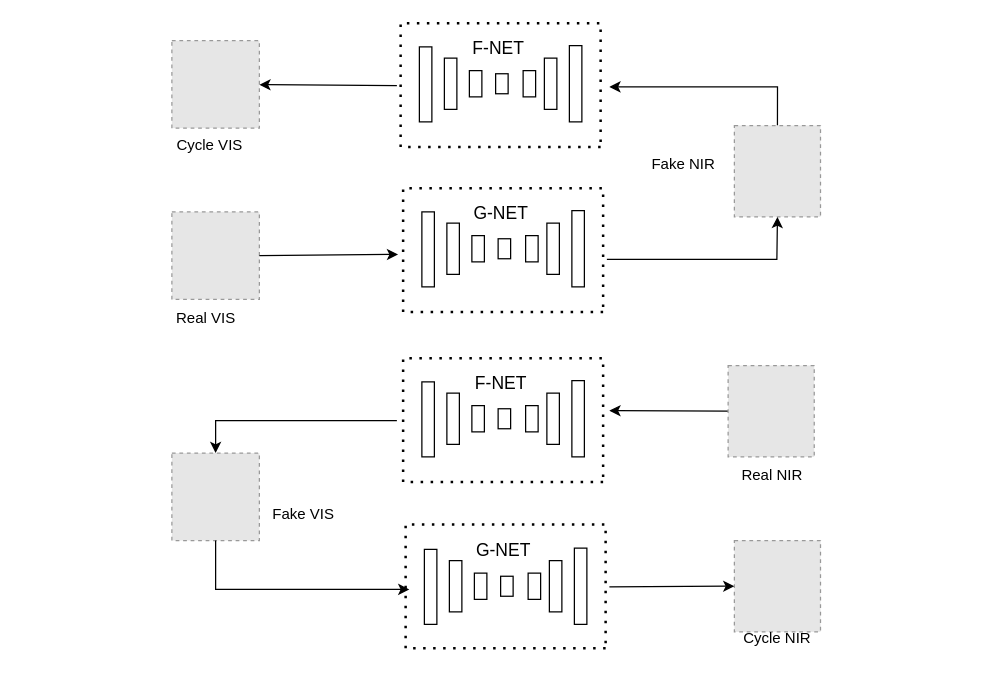
Silvia-man/test- keeps this draw.io diagram as 网络.drawio. Above is the earlier version. Source tidied: cells renumbered, new cells numbered last; positions are measured from the earlier drawing's top-left corner, leaving out a move shared by most shapes. Both pictures are drawn from the tidied source at 125%, with x=0, y=0 at pixel (159, 22). Pictures stored in the file or linked from it are replaced by grey dashed boxes.
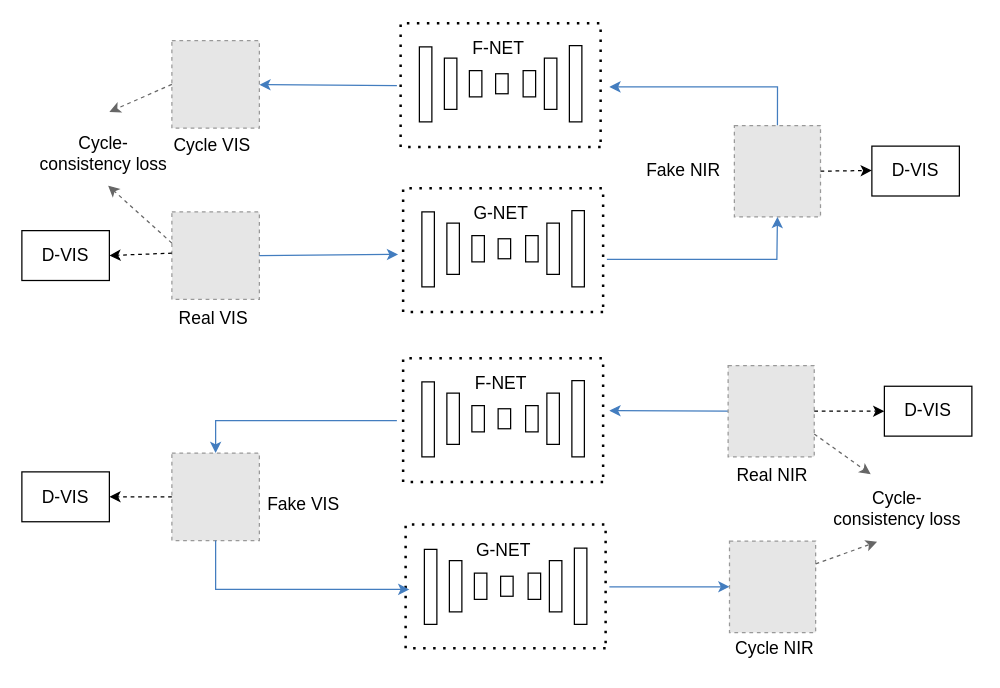
After the change.

Unchanged cells that the change refers to:
```xml
<mxCell id="2" style="fillColor=#E6E6E6;strokeColor=#999999;dashed=1;verticalLabelPosition=bottom;labelBackgroundColor=default;verticalAlign=top;" parent="1" vertex="1">
  <mxGeometry x="10" y="151" width="70" height="70" as="geometry" />
</mxCell>
<mxCell id="4" style="fillColor=#E6E6E6;strokeColor=#999999;dashed=1;verticalLabelPosition=bottom;labelBackgroundColor=default;verticalAlign=top;" parent="1" vertex="1">
  <mxGeometry x="460" y="81.9" width="68.9" height="73.1" as="geometry" />
</mxCell>
<mxCell id="27" style="fillColor=#E6E6E6;strokeColor=#999999;dashed=1;verticalLabelPosition=bottom;labelBackgroundColor=default;verticalAlign=top;" parent="1" vertex="1">
  <mxGeometry x="10" y="14" width="70" height="70" as="geometry" />
</mxCell>
<mxCell id="30" style="fillColor=#E6E6E6;strokeColor=#999999;dashed=1;verticalLabelPosition=bottom;labelBackgroundColor=default;verticalAlign=top;" parent="1" vertex="1">
  <mxGeometry x="10" y="343.9" width="70" height="70" as="geometry" />
</mxCell>
<mxCell id="53" style="fillColor=#E6E6E6;strokeColor=#999999;dashed=1;verticalLabelPosition=bottom;labelBackgroundColor=default;verticalAlign=top;" parent="1" vertex="1">
  <mxGeometry x="455" y="273.9" width="68.9" height="73.1" as="geometry" />
</mxCell>
```

The edit, as a diff of the source:
```diff
@@
-    <mxCell id="3" style="edgeStyle=orthogonalEdgeStyle;rounded=0;jettySize=auto;html=1;exitX=0.5;exitY=0;exitDx=0;exitDy=0;" parent="1" edge="1" source="4">
+    <mxCell id="3" style="edgeStyle=orthogonalEdgeStyle;rounded=0;jettySize=auto;html=1;exitX=0.5;exitY=0;exitDx=0;exitDy=0;strokeColor=#437DBF;" parent="1" edge="1" source="4">
       <mxGeometry relative="1" as="geometry">
         <mxPoint x="360" y="51" as="targetPoint" />
         <Array as="points">
           <mxPoint x="494" y="51" />
           <mxPoint x="370" y="51" />
         </Array>
       </mxGeometry>
     </mxCell>
@@
-    <mxCell id="13" style="endArrow=classic;html=1;rounded=0;exitX=1;exitY=0.5;exitDx=0;exitDy=0;" parent="1" edge="1" source="2">
+    <mxCell id="13" style="endArrow=classic;html=1;rounded=0;exitX=1;exitY=0.5;exitDx=0;exitDy=0;strokeColor=#437DBF;" parent="1" edge="1" source="2">
       <mxGeometry relative="1" as="geometry">
         <mxPoint x="191" y="185" as="targetPoint" />
       </mxGeometry>
     </mxCell>
-    <mxCell id="14" style="endArrow=classic;html=1;rounded=0;entryX=0.5;entryY=1;entryDx=0;entryDy=0;" parent="1" edge="1" target="4">
+    <mxCell id="14" style="endArrow=classic;html=1;rounded=0;entryX=0.5;entryY=1;entryDx=0;entryDy=0;strokeColor=#437DBF;" parent="1" edge="1" target="4">
       <mxGeometry relative="1" as="geometry">
         <mxPoint x="358" y="189" as="sourcePoint" />
         <Array as="points">
           <mxPoint x="494" y="189" />
         </Array>
       </mxGeometry>
     </mxCell>
@@
-    <mxCell id="16" value="Real VIS" style="text;html=1;align=center;verticalAlign=middle;strokeColor=none;fillColor=none;" parent="1" vertex="1">
-      <mxGeometry x="2" y="221" width="70" height="30" as="geometry" />
+    <mxCell id="16" value="&lt;font style=&quot;font-size: 14px;&quot;&gt;Real VIS&lt;/font&gt;" style="text;html=1;align=center;verticalAlign=middle;strokeColor=none;fillColor=none;" parent="1" vertex="1">
+      <mxGeometry x="3" y="221" width="80" height="30" as="geometry" />
     </mxCell>
-    <mxCell id="17" value="Fake NIR" style="text;html=1;align=center;verticalAlign=middle;strokeColor=none;fillColor=none;" parent="1" vertex="1">
-      <mxGeometry x="384" y="98.4" width="70" height="30" as="geometry" />
+    <mxCell id="17" value="&lt;font style=&quot;font-size: 14px;&quot;&gt;Fake NIR&lt;/font&gt;" style="text;html=1;align=center;verticalAlign=middle;strokeColor=none;fillColor=none;" parent="1" vertex="1">
+      <mxGeometry x="379" y="103.4" width="80" height="30" as="geometry" />
     </mxCell>
@@
-    <mxCell id="28" style="endArrow=classic;html=1;rounded=0;" parent="1" edge="1" target="27">
+    <mxCell id="28" style="endArrow=classic;html=1;rounded=0;fillColor=#2E8FFF;strokeColor=#437DBF;" parent="1" edge="1" target="27">
       <mxGeometry relative="1" as="geometry">
         <mxPoint x="190" y="50" as="sourcePoint" />
       </mxGeometry>
     </mxCell>
-    <mxCell id="29" value="Cycle VIS" style="text;html=1;align=center;verticalAlign=middle;strokeColor=none;fillColor=none;" parent="1" vertex="1">
-      <mxGeometry y="83" width="80" height="30" as="geometry" />
+    <mxCell id="29" value="&lt;font style=&quot;font-size: 14px;&quot;&gt;Cycle VIS&lt;/font&gt;" style="text;html=1;align=center;verticalAlign=middle;strokeColor=none;fillColor=none;" parent="1" vertex="1">
+      <mxGeometry x="2" y="83" width="80" height="30" as="geometry" />
     </mxCell>
@@
     <mxCell id="31" style="fillColor=#E6E6E6;strokeColor=#999999;dashed=1;verticalLabelPosition=bottom;labelBackgroundColor=default;verticalAlign=top;" parent="1" vertex="1">
-      <mxGeometry x="460" y="413.9" width="68.9" height="73.1" as="geometry" />
+      <mxGeometry x="456.1" y="414.4" width="68.9" height="73.1" as="geometry" />
     </mxCell>
@@
-    <mxCell id="41" value="Fake VIS" style="text;html=1;align=center;verticalAlign=middle;strokeColor=none;fillColor=none;" parent="1" vertex="1">
-      <mxGeometry x="80" y="378" width="70" height="30" as="geometry" />
+    <mxCell id="41" value="&lt;font style=&quot;font-size: 14px;&quot;&gt;Fake VIS&lt;/font&gt;" style="text;html=1;align=center;verticalAlign=middle;strokeColor=none;fillColor=none;" parent="1" vertex="1">
+      <mxGeometry x="75" y="370" width="80" height="30" as="geometry" />
     </mxCell>
-    <mxCell id="42" value="Cycle NIR" style="text;html=1;align=center;verticalAlign=middle;strokeColor=none;fillColor=none;" parent="1" vertex="1">
-      <mxGeometry x="453.9" y="477" width="80" height="30" as="geometry" />
+    <mxCell id="42" value="&lt;font style=&quot;font-size: 14px;&quot;&gt;Cycle NIR&lt;/font&gt;" style="text;html=1;align=center;verticalAlign=middle;strokeColor=none;fillColor=none;" parent="1" vertex="1">
+      <mxGeometry x="446.9" y="485" width="90" height="30" as="geometry" />
     </mxCell>
@@
-    <mxCell id="52" style="edgeStyle=orthogonalEdgeStyle;rounded=0;jettySize=auto;html=1;exitX=0;exitY=0.5;exitDx=0;exitDy=0;" parent="1" edge="1" source="53">
+    <mxCell id="52" style="edgeStyle=orthogonalEdgeStyle;rounded=0;jettySize=auto;html=1;exitX=0;exitY=0.5;exitDx=0;exitDy=0;strokeColor=#437DBF;" parent="1" edge="1" source="53">
       <mxGeometry relative="1" as="geometry">
         <mxPoint x="360" y="310" as="targetPoint" />
       </mxGeometry>
     </mxCell>
@@
-    <mxCell id="54" value="Real NIR" style="text;html=1;align=center;verticalAlign=middle;strokeColor=none;fillColor=none;" parent="1" vertex="1">
-      <mxGeometry x="455" y="347" width="70" height="30" as="geometry" />
+    <mxCell id="54" value="&lt;font style=&quot;font-size: 14px;&quot;&gt;Real NIR&lt;/font&gt;" style="text;html=1;align=center;verticalAlign=middle;strokeColor=none;fillColor=none;" parent="1" vertex="1">
+      <mxGeometry x="450" y="347" width="80" height="30" as="geometry" />
     </mxCell>
-    <mxCell id="55" style="endArrow=classic;html=1;rounded=0;entryX=0.5;entryY=0;entryDx=0;entryDy=0;" parent="1" edge="1" target="30">
+    <mxCell id="55" style="endArrow=classic;html=1;rounded=0;entryX=0.5;entryY=0;entryDx=0;entryDy=0;strokeColor=#437DBF;" parent="1" edge="1" target="30">
       <mxGeometry relative="1" as="geometry">
         <mxPoint x="190" y="318" as="sourcePoint" />
         <Array as="points">
           <mxPoint x="45" y="318" />
         </Array>
       </mxGeometry>
     </mxCell>
-    <mxCell id="56" style="endArrow=classic;html=1;rounded=0;exitX=0.5;exitY=1;exitDx=0;exitDy=0;" parent="1" edge="1" source="30">
+    <mxCell id="56" style="endArrow=classic;html=1;rounded=0;exitX=0.5;exitY=1;exitDx=0;exitDy=0;strokeColor=#437DBF;" parent="1" edge="1" source="30">
       <mxGeometry relative="1" as="geometry">
         <mxPoint x="200" y="453" as="targetPoint" />
         <Array as="points">
           <mxPoint x="45" y="453" />
         </Array>
       </mxGeometry>
     </mxCell>
-    <mxCell id="57" style="endArrow=classic;html=1;rounded=0;entryX=0;entryY=0.5;entryDx=0;entryDy=0;" parent="1" edge="1" target="31">
+    <mxCell id="57" style="endArrow=classic;html=1;rounded=0;entryX=0;entryY=0.5;entryDx=0;entryDy=0;strokeColor=#437DBF;" parent="1" edge="1" target="31">
       <mxGeometry relative="1" as="geometry">
         <mxPoint x="360" y="451" as="sourcePoint" />
       </mxGeometry>
     </mxCell>
+    <mxCell id="58" style="html=1;labelBackgroundColor=#ffffff;startArrow=none;startFill=0;startSize=6;endArrow=classic;endFill=1;endSize=6;jettySize=auto;strokeWidth=1;dashed=1;fontSize=14;rounded=0;exitX=0;exitY=0.5;exitDx=0;exitDy=0;strokeColor=#000000;entryX=1;entryY=0.5;entryDx=0;entryDy=0;" parent="1" edge="1" source="30" target="65">
+      <mxGeometry relative="1" as="geometry" />
+    </mxCell>
+    <mxCell id="59" style="html=1;labelBackgroundColor=#ffffff;startArrow=none;startFill=0;startSize=6;endArrow=classic;endFill=1;endSize=6;jettySize=auto;strokeWidth=1;dashed=1;fontSize=14;rounded=0;exitX=0;exitY=0.5;exitDx=0;exitDy=0;strokeColor=#666666;entryX=0.531;entryY=1.02;entryDx=0;entryDy=0;entryPerimeter=0;" parent="1" edge="1" target="60">
+      <mxGeometry relative="1" as="geometry">
+        <mxPoint x="10" y="176" as="sourcePoint" />
+      </mxGeometry>
+    </mxCell>
+    <mxCell id="60" value="&lt;div&gt;&lt;font style=&quot;font-size: 14px;&quot;&gt;Cycle-&lt;/font&gt;&lt;/div&gt;&lt;div&gt;&lt;font style=&quot;font-size: 14px;&quot;&gt;consistency loss&lt;/font&gt;&lt;/div&gt;" style="text;html=1;align=center;verticalAlign=middle;points=[];strokeColor=none;fillColor=none;" parent="1" vertex="1">
+      <mxGeometry x="-110" y="79" width="130" height="50" as="geometry" />
+    </mxCell>
+    <mxCell id="61" style="html=1;labelBackgroundColor=#ffffff;startArrow=none;startFill=0;startSize=6;endArrow=classic;endFill=1;endSize=6;jettySize=auto;strokeWidth=1;dashed=1;fontSize=14;rounded=0;strokeColor=#666666;exitX=1;exitY=0.75;exitDx=0;exitDy=0;entryX=0.339;entryY=-0.039;entryDx=0;entryDy=0;entryPerimeter=0;" parent="1" edge="1" source="53" target="63">
+      <mxGeometry relative="1" as="geometry" />
+    </mxCell>
+    <mxCell id="62" style="html=1;labelBackgroundColor=#ffffff;startArrow=none;startFill=0;startSize=6;endArrow=classic;endFill=1;endSize=6;jettySize=auto;strokeWidth=1;dashed=1;fontSize=14;rounded=0;strokeColor=#666666;exitX=1;exitY=0.25;exitDx=0;exitDy=0;entryX=0.378;entryY=1.041;entryDx=0;entryDy=0;entryPerimeter=0;" parent="1" edge="1" source="31" target="63">
+      <mxGeometry relative="1" as="geometry" />
+    </mxCell>
+    <mxCell id="63" value="&lt;div&gt;&lt;font style=&quot;font-size: 14px;&quot;&gt;Cycle-&lt;/font&gt;&lt;/div&gt;&lt;div&gt;&lt;font style=&quot;font-size: 14px;&quot;&gt;consistency loss&lt;/font&gt;&lt;/div&gt;" style="text;html=1;align=center;verticalAlign=middle;points=[];strokeColor=none;fillColor=none;" parent="1" vertex="1">
+      <mxGeometry x="525" y="362.9" width="130" height="50" as="geometry" />
+    </mxCell>
+    <mxCell id="64" style="html=1;labelBackgroundColor=#ffffff;startArrow=none;startFill=0;startSize=6;endArrow=classic;endFill=1;endSize=6;jettySize=auto;strokeWidth=1;dashed=1;fontSize=14;rounded=0;exitX=0;exitY=0.5;exitDx=0;exitDy=0;fillColor=#4F4F4F;strokeColor=#666666;" parent="1" edge="1" source="27">
+      <mxGeometry relative="1" as="geometry">
+        <mxPoint x="-40" y="71" as="targetPoint" />
+      </mxGeometry>
+    </mxCell>
+    <mxCell id="65" value="&lt;font style=&quot;font-size: 14px;&quot;&gt;D-VIS&lt;/font&gt;" style="rounded=0;whiteSpace=wrap;html=1;" parent="1" vertex="1">
+      <mxGeometry x="-110" y="359" width="70" height="39.9" as="geometry" />
+    </mxCell>
+    <mxCell id="66" style="html=1;labelBackgroundColor=#ffffff;startArrow=none;startFill=0;startSize=6;endArrow=classic;endFill=1;endSize=6;jettySize=auto;strokeWidth=1;dashed=1;fontSize=14;rounded=0;exitX=0;exitY=0.5;exitDx=0;exitDy=0;strokeColor=#000000;entryX=1;entryY=0.5;entryDx=0;entryDy=0;" parent="1" edge="1" target="67">
+      <mxGeometry relative="1" as="geometry">
+        <mxPoint x="10" y="184" as="sourcePoint" />
+      </mxGeometry>
+    </mxCell>
+    <mxCell id="67" value="&lt;font style=&quot;font-size: 14px;&quot;&gt;D-VIS&lt;/font&gt;" style="rounded=0;whiteSpace=wrap;html=1;" parent="1" vertex="1">
+      <mxGeometry x="-110" y="166" width="70" height="39.9" as="geometry" />
+    </mxCell>
+    <mxCell id="68" value="&lt;font style=&quot;font-size: 14px;&quot;&gt;D-VIS&lt;/font&gt;" style="rounded=0;whiteSpace=wrap;html=1;" parent="1" vertex="1">
+      <mxGeometry x="580" y="290.5" width="70" height="39.9" as="geometry" />
+    </mxCell>
+    <mxCell id="69" value="&lt;font style=&quot;font-size: 14px;&quot;&gt;D-VIS&lt;/font&gt;" style="rounded=0;whiteSpace=wrap;html=1;" parent="1" vertex="1">
+      <mxGeometry x="570" y="98.4" width="70" height="39.9" as="geometry" />
+    </mxCell>
+    <mxCell id="70" style="html=1;labelBackgroundColor=#ffffff;startArrow=none;startFill=0;startSize=6;endArrow=classic;endFill=1;endSize=6;jettySize=auto;strokeWidth=1;dashed=1;fontSize=14;rounded=0;exitX=1;exitY=0.5;exitDx=0;exitDy=0;strokeColor=#000000;entryX=0;entryY=0.5;entryDx=0;entryDy=0;" parent="1" edge="1" source="53" target="68">
+      <mxGeometry relative="1" as="geometry" />
+    </mxCell>
+    <mxCell id="71" style="html=1;labelBackgroundColor=#ffffff;startArrow=none;startFill=0;startSize=6;endArrow=classic;endFill=1;endSize=6;jettySize=auto;strokeWidth=1;dashed=1;fontSize=14;rounded=0;exitX=1;exitY=0.5;exitDx=0;exitDy=0;strokeColor=#000000;entryX=0;entryY=0.5;entryDx=0;entryDy=0;" parent="1" edge="1" source="4">
+      <mxGeometry relative="1" as="geometry">
+        <mxPoint x="570" y="117.9" as="targetPoint" />
+      </mxGeometry>
+    </mxCell>
```
